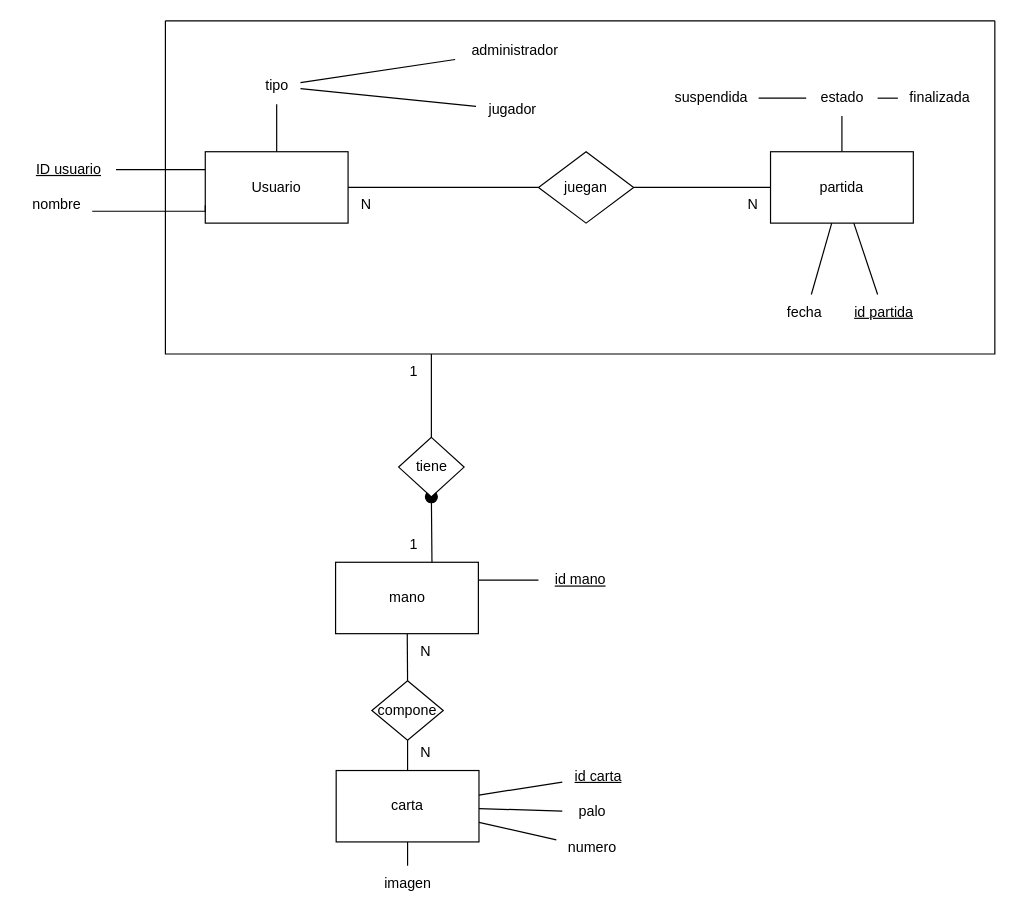
Before: obligatorioGuerra-main/Docs/DERCartas.drawio in SaF319/proyectING, a draw.io diagram. Source tidied: cells renumbered, new cells numbered last; positions are measured from the earlier drawing's top-left corner, leaving out a move shared by most shapes. Both pictures are drawn from the tidied source at 119%, with x=0, y=0 at pixel (20, 20).
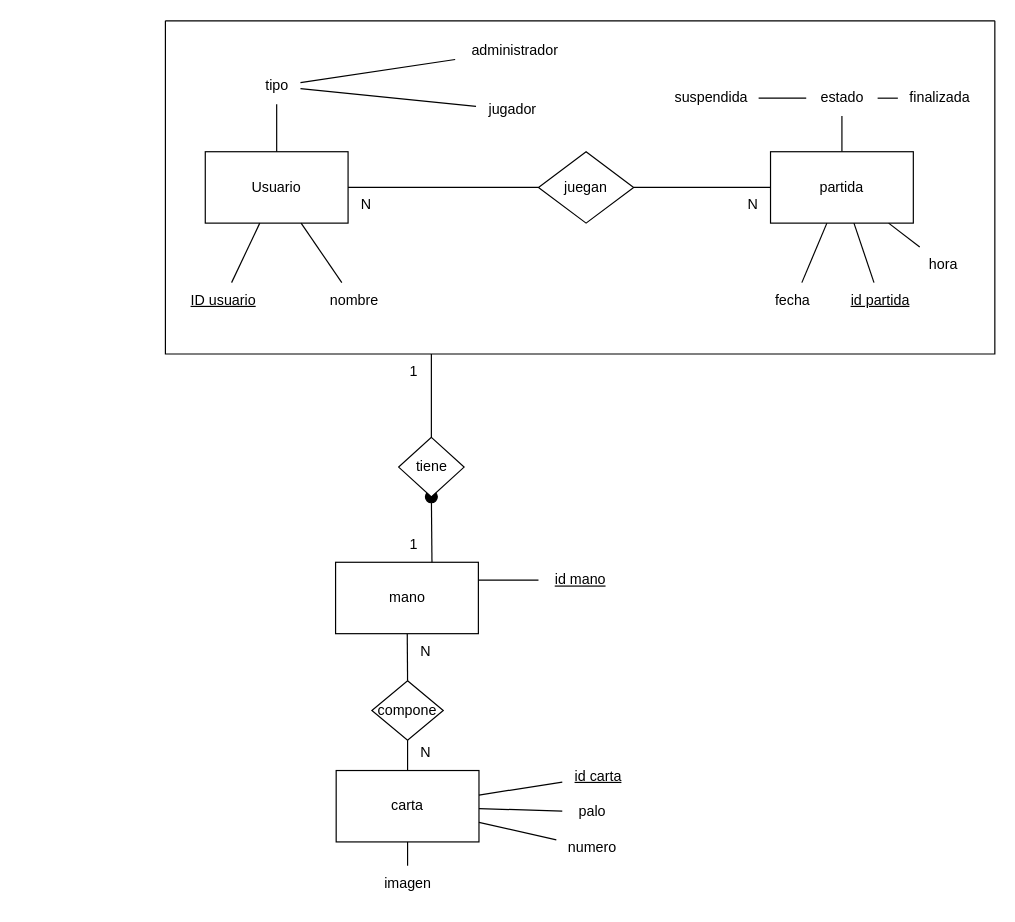
After the change.

Commit message (it also covers changes not shown here):
Arreglos y Procedimiento Partida

The change refers to these unchanged cells:
```xml
<mxCell id="3" value="Usuario" style="rounded=0;whiteSpace=wrap;html=1;labelBackgroundColor=none;" parent="1" vertex="1">
  <mxGeometry x="155" y="110" width="120" height="60" as="geometry" />
</mxCell>
<mxCell id="5" value="partida" style="rounded=0;whiteSpace=wrap;html=1;labelBackgroundColor=none;" parent="1" vertex="1">
  <mxGeometry x="630" y="110" width="120" height="60" as="geometry" />
</mxCell>
<mxCell id="37" style="swimlane;startSize=0;" parent="1" vertex="1">
  <mxGeometry x="121.5" width="697" height="280" as="geometry" />
</mxCell>
```

What changed in the source:
```diff
@@
-    <mxCell id="2" style="edgeStyle=orthogonalEdgeStyle;rounded=0;jettySize=auto;html=1;exitX=0;exitY=0.25;exitDx=0;exitDy=0;endArrow=none;endFill=0;labelBackgroundColor=none;fontColor=default;" parent="1" edge="1" source="3" target="13">
-      <mxGeometry relative="1" as="geometry" />
-    </mxCell>
@@
-    <mxCell id="13" value="&lt;u&gt;ID usuario&lt;/u&gt;" style="text;html=1;align=center;verticalAlign=middle;points=[];strokeColor=none;fillColor=none;labelBackgroundColor=none;" parent="1" vertex="1">
-      <mxGeometry y="110" width="80" height="30" as="geometry" />
-    </mxCell>
-    <mxCell id="14" value="nombre" style="text;html=1;align=center;verticalAlign=middle;points=[];strokeColor=none;fillColor=none;labelBackgroundColor=none;" parent="1" vertex="1">
-      <mxGeometry y="140" width="60" height="30" as="geometry" />
-    </mxCell>
-    <mxCell id="15" style="edgeStyle=orthogonalEdgeStyle;rounded=0;jettySize=auto;html=1;exitX=0;exitY=0.75;exitDx=0;exitDy=0;endArrow=none;endFill=0;labelBackgroundColor=none;fontColor=default;" parent="1" edge="1" source="3" target="14">
-      <mxGeometry relative="1" as="geometry">
-        <Array as="points">
-          <mxPoint x="155" y="160" />
-        </Array>
-      </mxGeometry>
-    </mxCell>
-    <mxCell id="16" value="fecha&amp;nbsp;" style="text;html=1;align=center;verticalAlign=middle;points=[];strokeColor=none;fillColor=none;labelBackgroundColor=none;" parent="1" vertex="1">
-      <mxGeometry x="630" y="230" width="60" height="30" as="geometry" />
-    </mxCell>
@@
-    <mxCell id="18" value="&lt;u&gt;id partida&lt;/u&gt;" style="text;html=1;align=center;verticalAlign=middle;points=[];strokeColor=none;fillColor=none;labelBackgroundColor=none;" parent="1" vertex="1">
-      <mxGeometry x="690" y="230" width="70" height="30" as="geometry" />
-    </mxCell>
@@
+    <mxCell id="52" value="hora" style="text;html=1;align=center;verticalAlign=middle;points=[];strokeColor=none;fillColor=none;" parent="37" vertex="1">
+      <mxGeometry x="628.5" y="190" width="50" height="30" as="geometry" />
+    </mxCell>
+    <mxCell id="16" value="fecha&amp;nbsp;" style="text;html=1;align=center;verticalAlign=middle;points=[];strokeColor=none;fillColor=none;labelBackgroundColor=none;" parent="37" vertex="1">
+      <mxGeometry x="498.5" y="220" width="60" height="30" as="geometry" />
+    </mxCell>
+    <mxCell id="18" value="&lt;u&gt;id partida&lt;/u&gt;" style="text;html=1;align=center;verticalAlign=middle;points=[];strokeColor=none;fillColor=none;labelBackgroundColor=none;" parent="37" vertex="1">
+      <mxGeometry x="565.5" y="220" width="70" height="30" as="geometry" />
+    </mxCell>
+    <mxCell id="13" value="&lt;u&gt;ID usuario&lt;/u&gt;" style="text;html=1;align=center;verticalAlign=middle;points=[];strokeColor=none;fillColor=none;labelBackgroundColor=none;" parent="37" vertex="1">
+      <mxGeometry x="8.5" y="220" width="80" height="30" as="geometry" />
+    </mxCell>
+    <mxCell id="14" value="nombre" style="text;html=1;align=center;verticalAlign=middle;points=[];strokeColor=none;fillColor=none;labelBackgroundColor=none;" parent="37" vertex="1">
+      <mxGeometry x="128.5" y="220" width="60" height="30" as="geometry" />
+    </mxCell>
@@
+    <mxCell id="53" style="endArrow=none;html=1;rounded=0;" parent="1" edge="1" source="52" target="5">
+      <mxGeometry relative="1" as="geometry" />
+    </mxCell>
+    <mxCell id="54" style="endArrow=none;html=1;rounded=0;" parent="1" edge="1" source="13" target="3">
+      <mxGeometry relative="1" as="geometry" />
+    </mxCell>
+    <mxCell id="55" style="endArrow=none;html=1;rounded=0;" parent="1" edge="1" source="14" target="3">
+      <mxGeometry relative="1" as="geometry" />
+    </mxCell>
```
